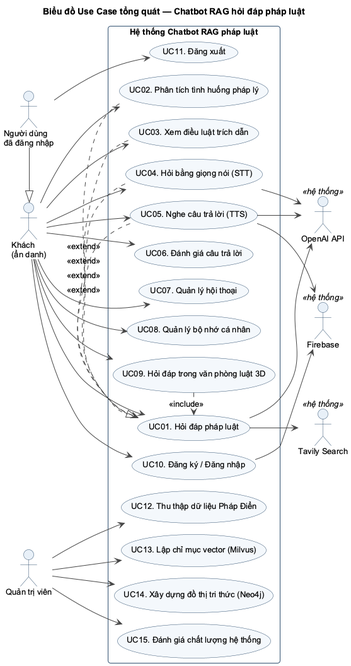
This is docs/uml/png/UC_TongQuat.png from hainguyen312/project2-chatbot-rag, a PlantUML export, as it was before one commit. Source of this version:
```plantuml
@startuml UC_TongQuat
!pragma layout smetana
!include _style.iuml
title Biểu đồ Use Case tổng quát — Chatbot RAG hỏi đáp pháp luật
left to right direction

actor "Khách\n(ẩn danh)" as Guest
actor "Người dùng\nđã đăng nhập" as Member
actor "Quản trị viên" as Admin
actor "OpenAI API" as OpenAI <<hệ thống>>
actor "Firebase" as Firebase <<hệ thống>>
actor "Tavily Search" as Tavily <<hệ thống>>
Member -|> Guest

rectangle "Hệ thống Chatbot RAG pháp luật" {
  usecase "UC01. Hỏi đáp pháp luật" as UC01
  usecase "UC02. Phân tích tình huống pháp lý" as UC02
  usecase "UC03. Xem điều luật trích dẫn" as UC03
  usecase "UC04. Hỏi bằng giọng nói (STT)" as UC04
  usecase "UC05. Nghe câu trả lời (TTS)" as UC05
  usecase "UC06. Đánh giá câu trả lời" as UC06
  usecase "UC07. Quản lý hội thoại" as UC07
  usecase "UC08. Quản lý bộ nhớ cá nhân" as UC08
  usecase "UC09. Hỏi đáp trong văn phòng luật 3D" as UC09
  usecase "UC10. Đăng ký / Đăng nhập" as UC10
  usecase "UC11. Đăng xuất" as UC11
  usecase "UC12. Thu thập dữ liệu Pháp Điển" as UC12
  usecase "UC13. Lập chỉ mục vector (Milvus)" as UC13
  usecase "UC14. Xây dựng đồ thị tri thức (Neo4j)" as UC14
  usecase "UC15. Đánh giá chất lượng hệ thống" as UC15
}

Guest --> UC01
Guest --> UC02
Guest --> UC03
Guest --> UC04
Guest --> UC05
Guest --> UC06
Guest --> UC07
Guest --> UC08
Guest --> UC09
Guest --> UC10
Member --> UC11

Admin --> UC12
Admin --> UC13
Admin --> UC14
Admin --> UC15

UC02 .|> UC01 : <<extend>>
UC03 .> UC01 : <<extend>>
UC04 .> UC01 : <<extend>>
UC05 .> UC01 : <<extend>>
UC09 .> UC01 : <<include>>

UC01 --> OpenAI
UC04 --> OpenAI
UC05 --> OpenAI
UC01 --> Tavily
UC10 --> Firebase
UC05 --> Firebase
@enduml
```
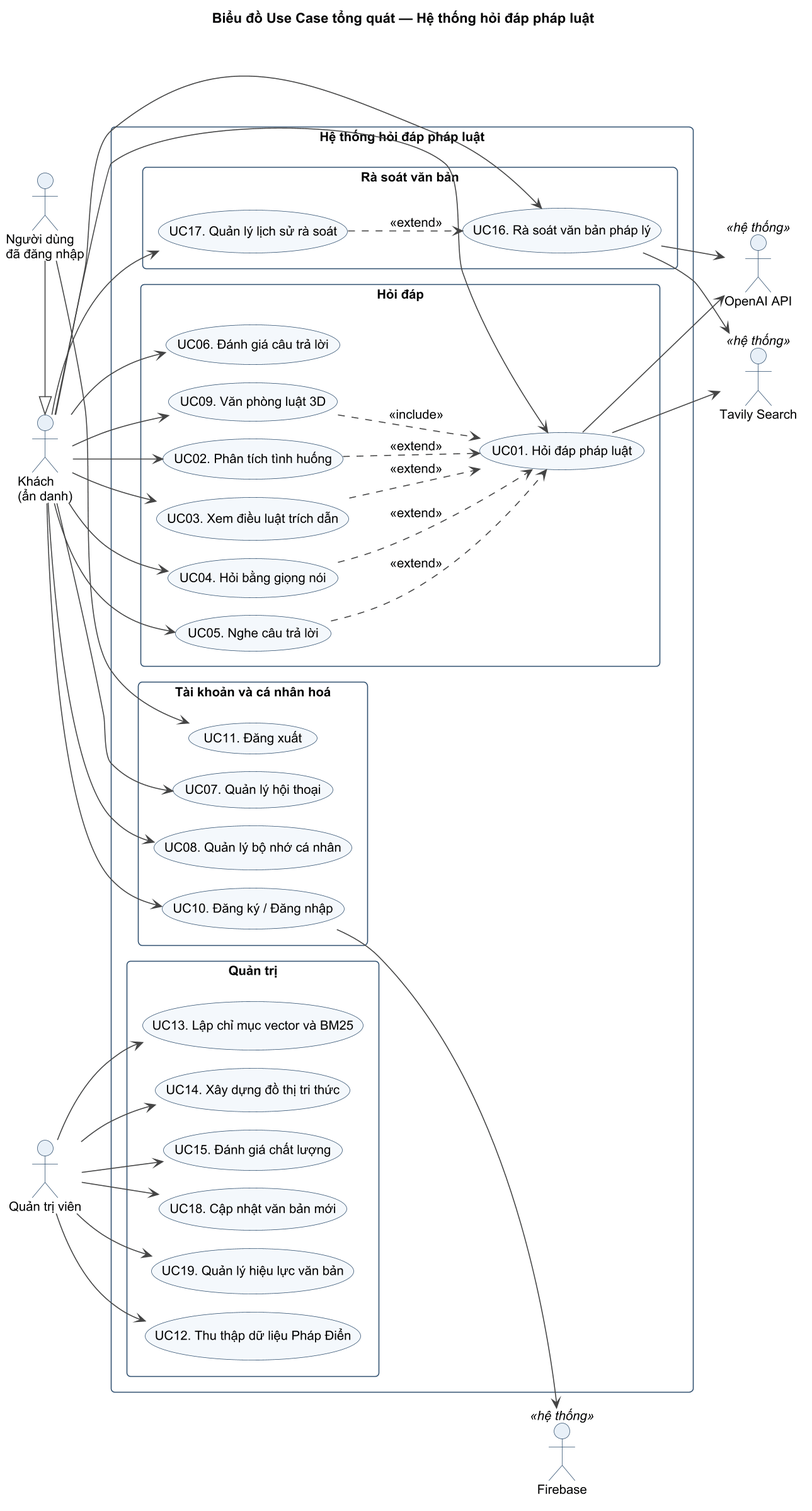
After the commit.

What changed in the source:
```diff
@@ -1,33 +1,47 @@
 @startuml UC_TongQuat
 !pragma layout smetana
 !include _style.iuml
-title Biểu đồ Use Case tổng quát — Chatbot RAG hỏi đáp pháp luật
+title Biểu đồ Use Case tổng quát — Hệ thống hỏi đáp pháp luật
 left to right direction
+skinparam packageStyle rectangle
 
 actor "Khách\n(ẩn danh)" as Guest
 actor "Người dùng\nđã đăng nhập" as Member
 actor "Quản trị viên" as Admin
 actor "OpenAI API" as OpenAI <<hệ thống>>
+actor "Tavily Search" as Tavily <<hệ thống>>
 actor "Firebase" as Firebase <<hệ thống>>
-actor "Tavily Search" as Tavily <<hệ thống>>
+
 Member -|> Guest
 
-rectangle "Hệ thống Chatbot RAG pháp luật" {
-  usecase "UC01. Hỏi đáp pháp luật" as UC01
-  usecase "UC02. Phân tích tình huống pháp lý" as UC02
-  usecase "UC03. Xem điều luật trích dẫn" as UC03
-  usecase "UC04. Hỏi bằng giọng nói (STT)" as UC04
-  usecase "UC05. Nghe câu trả lời (TTS)" as UC05
-  usecase "UC06. Đánh giá câu trả lời" as UC06
-  usecase "UC07. Quản lý hội thoại" as UC07
-  usecase "UC08. Quản lý bộ nhớ cá nhân" as UC08
-  usecase "UC09. Hỏi đáp trong văn phòng luật 3D" as UC09
-  usecase "UC10. Đăng ký / Đăng nhập" as UC10
-  usecase "UC11. Đăng xuất" as UC11
-  usecase "UC12. Thu thập dữ liệu Pháp Điển" as UC12
-  usecase "UC13. Lập chỉ mục vector (Milvus)" as UC13
-  usecase "UC14. Xây dựng đồ thị tri thức (Neo4j)" as UC14
-  usecase "UC15. Đánh giá chất lượng hệ thống" as UC15
+rectangle "Hệ thống hỏi đáp pháp luật" {
+  rectangle "Hỏi đáp" as G1 {
+    usecase "UC01. Hỏi đáp pháp luật" as UC01
+    usecase "UC02. Phân tích tình huống" as UC02
+    usecase "UC03. Xem điều luật trích dẫn" as UC03
+    usecase "UC04. Hỏi bằng giọng nói" as UC04
+    usecase "UC05. Nghe câu trả lời" as UC05
+    usecase "UC06. Đánh giá câu trả lời" as UC06
+    usecase "UC09. Văn phòng luật 3D" as UC09
+  }
+  rectangle "Rà soát văn bản" as G2 {
+    usecase "UC16. Rà soát văn bản pháp lý" as UC16
+    usecase "UC17. Quản lý lịch sử rà soát" as UC17
+  }
+  rectangle "Tài khoản và cá nhân hoá" as G3 {
+    usecase "UC07. Quản lý hội thoại" as UC07
+    usecase "UC08. Quản lý bộ nhớ cá nhân" as UC08
+    usecase "UC10. Đăng ký / Đăng nhập" as UC10
+    usecase "UC11. Đăng xuất" as UC11
+  }
+  rectangle "Quản trị" as G4 {
+    usecase "UC12. Thu thập dữ liệu Pháp Điển" as UC12
+    usecase "UC13. Lập chỉ mục vector và BM25" as UC13
+    usecase "UC14. Xây dựng đồ thị tri thức" as UC14
+    usecase "UC15. Đánh giá chất lượng" as UC15
+    usecase "UC18. Cập nhật văn bản mới" as UC18
+    usecase "UC19. Quản lý hiệu lực văn bản" as UC19
+  }
 }
 
 Guest --> UC01
@@ -36,9 +50,11 @@
 Guest --> UC04
 Guest --> UC05
 Guest --> UC06
+Guest --> UC09
+Guest --> UC16
+Guest --> UC17
 Guest --> UC07
 Guest --> UC08
-Guest --> UC09
 Guest --> UC10
 Member --> UC11
 
@@ -46,17 +62,19 @@
 Admin --> UC13
 Admin --> UC14
 Admin --> UC15
+Admin --> UC18
+Admin --> UC19
 
-UC02 .|> UC01 : <<extend>>
-UC03 .> UC01 : <<extend>>
-UC04 .> UC01 : <<extend>>
-UC05 .> UC01 : <<extend>>
-UC09 .> UC01 : <<include>>
+UC02 ..> UC01 : <<extend>>
+UC03 ..> UC01 : <<extend>>
+UC04 ..> UC01 : <<extend>>
+UC05 ..> UC01 : <<extend>>
+UC09 ..> UC01 : <<include>>
+UC17 ..> UC16 : <<extend>>
 
 UC01 --> OpenAI
-UC04 --> OpenAI
-UC05 --> OpenAI
+UC16 --> OpenAI
 UC01 --> Tavily
+UC16 --> Tavily
 UC10 --> Firebase
-UC05 --> Firebase
 @enduml
```
